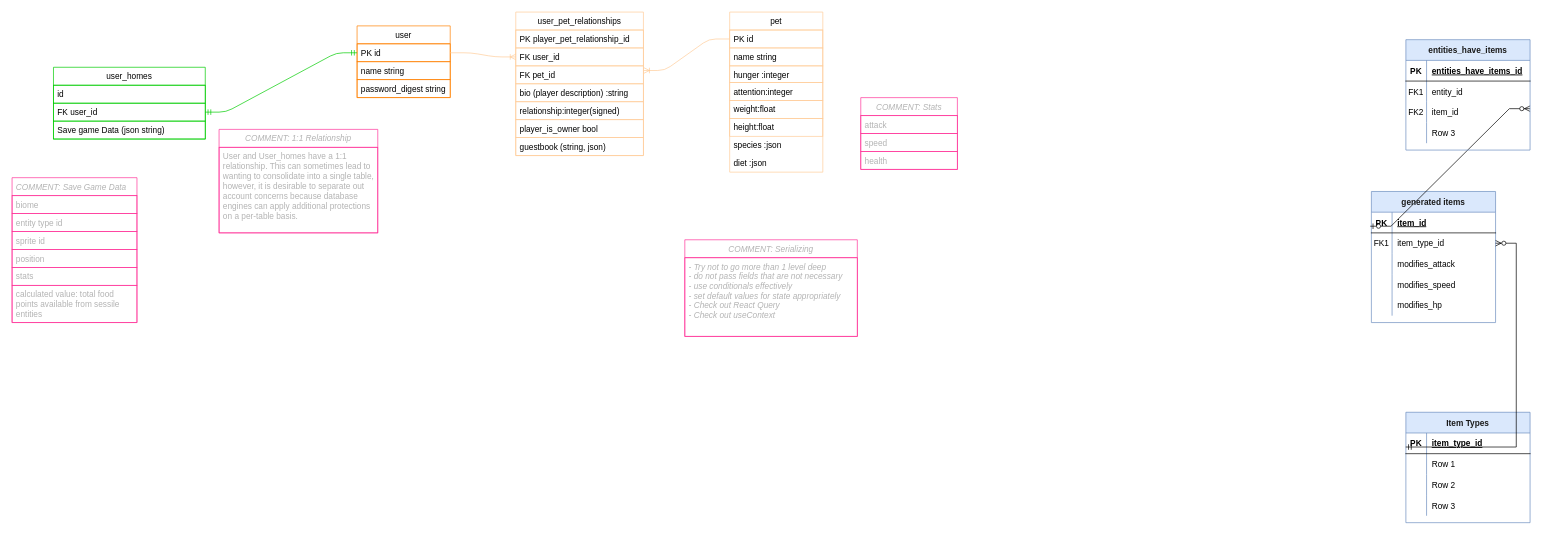
Rainbow-Collective/petsite keeps this draw.io diagram as page "Database (PostgreSQL + Rails)" (1 of 4) of project-management/phase-5-erd.drawio. Above is the earlier version. Source tidied: cells renumbered, new cells numbered last; positions are measured from the earlier drawing's top-left corner, leaving out a move shared by most shapes. Both pictures are drawn from the tidied source at 69%, with x=0, y=0 at pixel (12, 12).
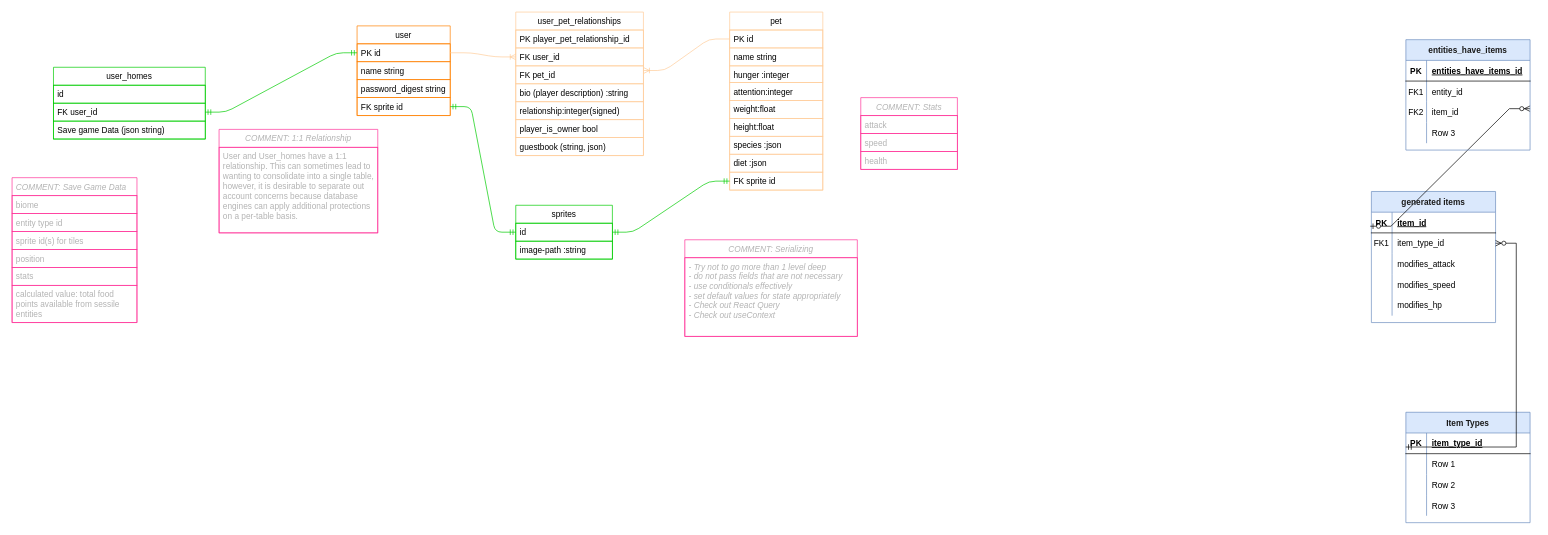
The same diagram, later.

The change refers to these unchanged cells:
```xml
<mxCell id="73" value="COMMENT: Save Game Data" style="swimlane;fontStyle=2;horizontal=1;startSize=26;strokeColor=#FF3399;align=left;verticalAlign=top;fillColor=none;fontColor=#B3B3B3;gradientColor=none;spacingLeft=4;spacingRight=4;" parent="1" vertex="1">
  <mxGeometry y="240" width="181" height="210" as="geometry" />
</mxCell>
```

The edit, as a diff of the source:
```diff
@@
     <mxCell id="2" value="pet" style="swimlane;fontStyle=0;horizontal=1;startSize=26;fillColor=none;strokeColor=#FFCC99;" parent="1" vertex="1">
-      <mxGeometry x="1040" width="135" height="232" as="geometry" />
+      <mxGeometry x="1040" width="135" height="258" as="geometry" />
     </mxCell>
@@
-    <mxCell id="9" value="species :json" style="text;strokeColor=none;fillColor=none;align=left;verticalAlign=top;spacingLeft=4;spacingRight=4;overflow=hidden;" parent="2" vertex="1">
+    <mxCell id="9" value="species :json" style="text;strokeColor=#FFCC99;fillColor=none;align=left;verticalAlign=top;spacingLeft=4;spacingRight=4;overflow=hidden;fontStyle=0;startSize=26;" parent="2" vertex="1">
       <mxGeometry y="180" width="135" height="26" as="geometry" />
     </mxCell>
-    <mxCell id="10" value="diet :json" style="text;strokeColor=none;fillColor=none;align=left;verticalAlign=top;spacingLeft=4;spacingRight=4;overflow=hidden;" parent="2" vertex="1">
+    <mxCell id="10" value="diet :json" style="text;strokeColor=#FFCC99;fillColor=none;align=left;verticalAlign=top;spacingLeft=4;spacingRight=4;overflow=hidden;fontStyle=0;startSize=26;" parent="2" vertex="1">
       <mxGeometry y="206" width="135" height="26" as="geometry" />
     </mxCell>
+    <mxCell id="89" value="FK sprite id" style="text;strokeColor=#FFCC99;fillColor=none;align=left;verticalAlign=top;spacingLeft=4;spacingRight=4;overflow=hidden;points=[[0,0.5],[1,0.5]];portConstraint=eastwest;fontStyle=0;startSize=26;" parent="2" vertex="1">
+      <mxGeometry y="232" width="135" height="26" as="geometry" />
+    </mxCell>
     <mxCell id="11" value="user" style="swimlane;fontStyle=0;horizontal=1;startSize=26;fillColor=none;strokeColor=#FF8000;" parent="1" vertex="1">
-      <mxGeometry x="500" y="20" width="135" height="104" as="geometry" />
+      <mxGeometry x="500" y="20" width="135" height="130" as="geometry" />
     </mxCell>
@@
+    <mxCell id="90" value="FK sprite id" style="text;strokeColor=#FF8000;fillColor=none;align=left;verticalAlign=top;spacingLeft=4;spacingRight=4;overflow=hidden;points=[[0,0.5],[1,0.5]];portConstraint=eastwest;fontStyle=0;startSize=26;" parent="11" vertex="1">
+      <mxGeometry y="104" width="135" height="26" as="geometry" />
+    </mxCell>
@@
-    <mxCell id="76" value="sprite id" style="text;align=left;verticalAlign=top;spacingLeft=4;spacingRight=4;overflow=hidden;strokeColor=#FF3399;fontColor=#B3B3B3;" parent="73" vertex="1">
+    <mxCell id="76" value="sprite id(s) for tiles" style="text;align=left;verticalAlign=top;spacingLeft=4;spacingRight=4;overflow=hidden;strokeColor=#FF3399;fontColor=#B3B3B3;" parent="73" vertex="1">
       <mxGeometry y="78" width="181" height="26" as="geometry" />
     </mxCell>
@@
+    <mxCell id="91" value="sprites" style="swimlane;fontStyle=0;horizontal=1;startSize=26;fillColor=none;strokeColor=#00CC00;" parent="1" vertex="1">
+      <mxGeometry x="730" y="280" width="140" height="78" as="geometry" />
+    </mxCell>
+    <mxCell id="92" value="id" style="text;strokeColor=#00CC00;fillColor=none;align=left;verticalAlign=top;spacingLeft=4;spacingRight=4;overflow=hidden;points=[[0,0.5],[1,0.5]];portConstraint=eastwest;fontStyle=0;startSize=26;" parent="91" vertex="1">
+      <mxGeometry y="26" width="140" height="26" as="geometry" />
+    </mxCell>
+    <mxCell id="93" value="image-path :string" style="text;strokeColor=#00CC00;fillColor=none;align=left;verticalAlign=top;spacingLeft=4;spacingRight=4;overflow=hidden;fontStyle=0;startSize=26;" parent="91" vertex="1">
+      <mxGeometry y="52" width="140" height="26" as="geometry" />
+    </mxCell>
+    <mxCell id="94" style="edgeStyle=entityRelationEdgeStyle;fontSize=12;html=1;endArrow=ERmandOne;startArrow=ERmandOne;strokeColor=#00CC00;exitX=1;exitY=0.5;exitDx=0;exitDy=0;entryX=0;entryY=0.5;entryDx=0;entryDy=0;" parent="1" edge="1" source="90" target="92">
+      <mxGeometry relative="1" as="geometry" />
+    </mxCell>
+    <mxCell id="95" style="edgeStyle=entityRelationEdgeStyle;fontSize=12;html=1;endArrow=ERmandOne;startArrow=ERmandOne;strokeColor=#00CC00;exitX=0;exitY=0.5;exitDx=0;exitDy=0;entryX=1;entryY=0.5;entryDx=0;entryDy=0;" parent="1" edge="1" source="89" target="92">
+      <mxGeometry relative="1" as="geometry" />
+    </mxCell>
```
